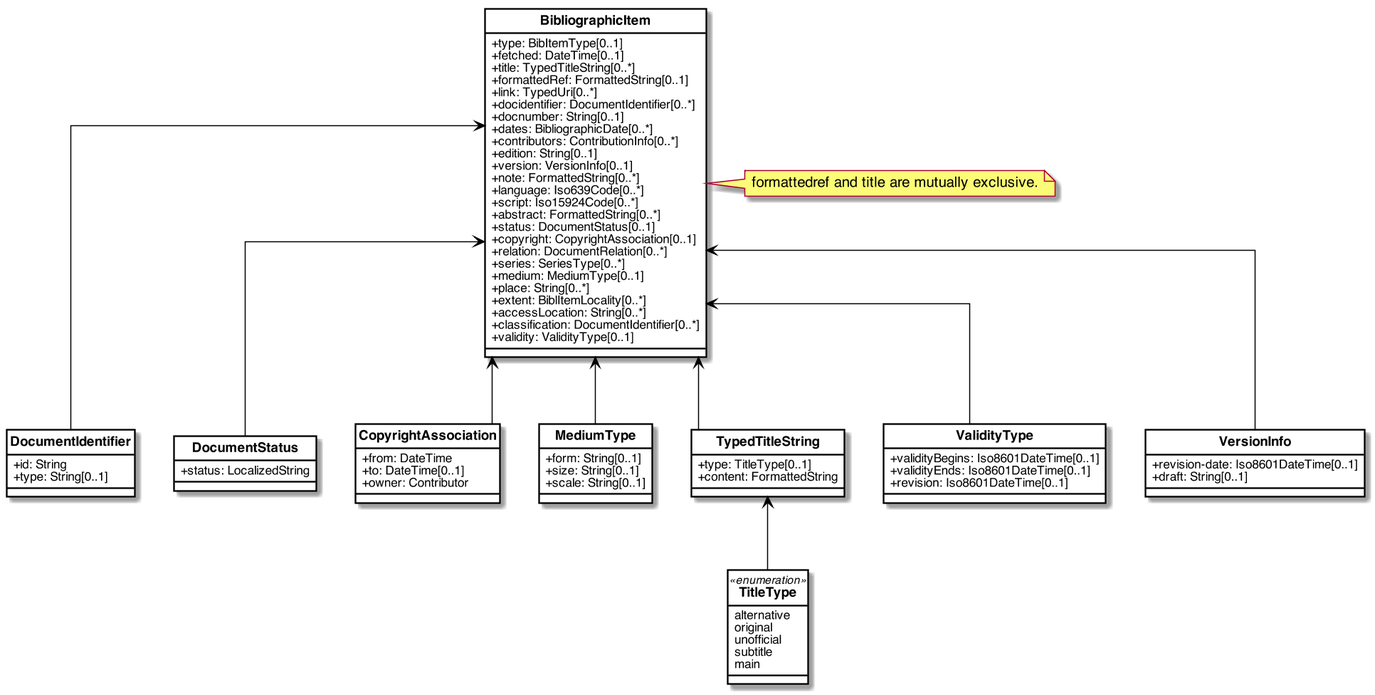
Earlier version of the PlantUML export images/RelBib_BibliographicItem.png (relaton/relaton-models).
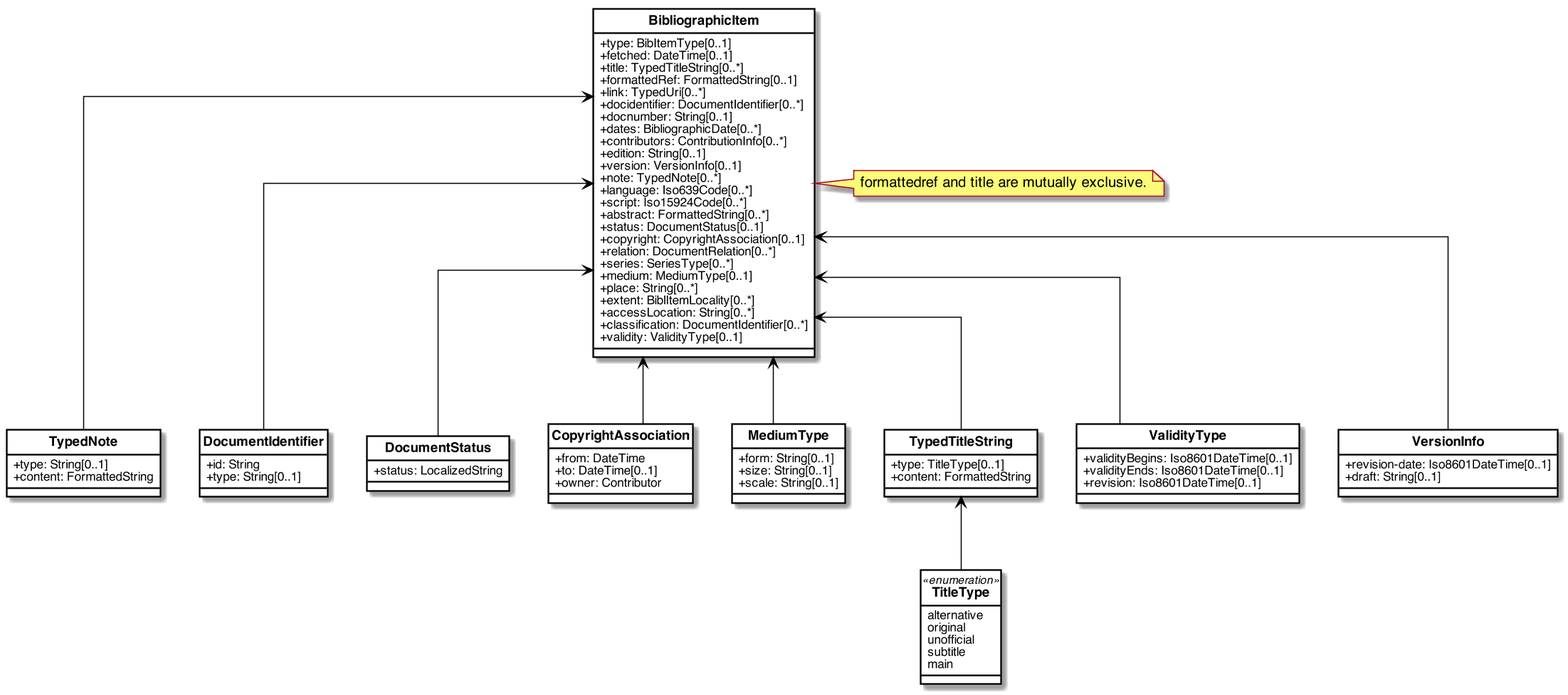
The same file after the commit.

Commit message:
allow note/@type; https://github.com/metanorma/metanorma-nist/issues/100

Diff of the diagram source:
```diff
@@ -53,7 +53,7 @@
     +contributors: ContributionInfo[0..*]
     +edition: String[0..1]
     +version: VersionInfo[0..1]
-    +note: FormattedString[0..*]
+    +note: TypedNote[0..*]
     +language: Iso639Code[0..*]
     +script: Iso15924Code[0..*]
     +abstract: FormattedString[0..*]
@@ -67,6 +67,11 @@
     +accessLocation: String[0..*]
     +classification: DocumentIdentifier[0..*]
     +validity: ValidityType[0..1]
+}
+
+class TypedNote{
+    +type: String[0..1]
+    +content: FormattedString
 }
 
 class DocumentIdentifier{
@@ -124,6 +129,7 @@
 BibliographicItem <-- TypedTitleString
 BibliographicItem <-- ValidityType
 BibliographicItem <-- VersionInfo
+BibliographicItem <-- TypedNote
 
 TypedTitleString <-- TitleType
 
```
